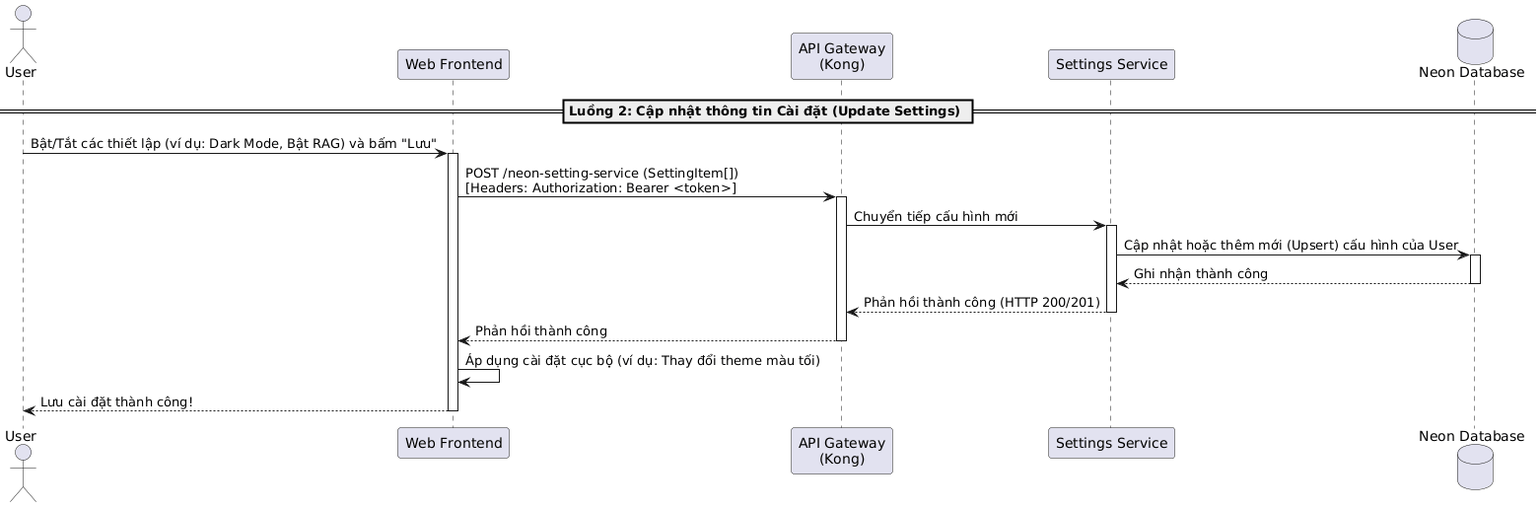
This is temp/05-sequence/UML-Sequence-16.png from 20206205Tech/docs-uml, a PlantUML export, as it was before one commit.
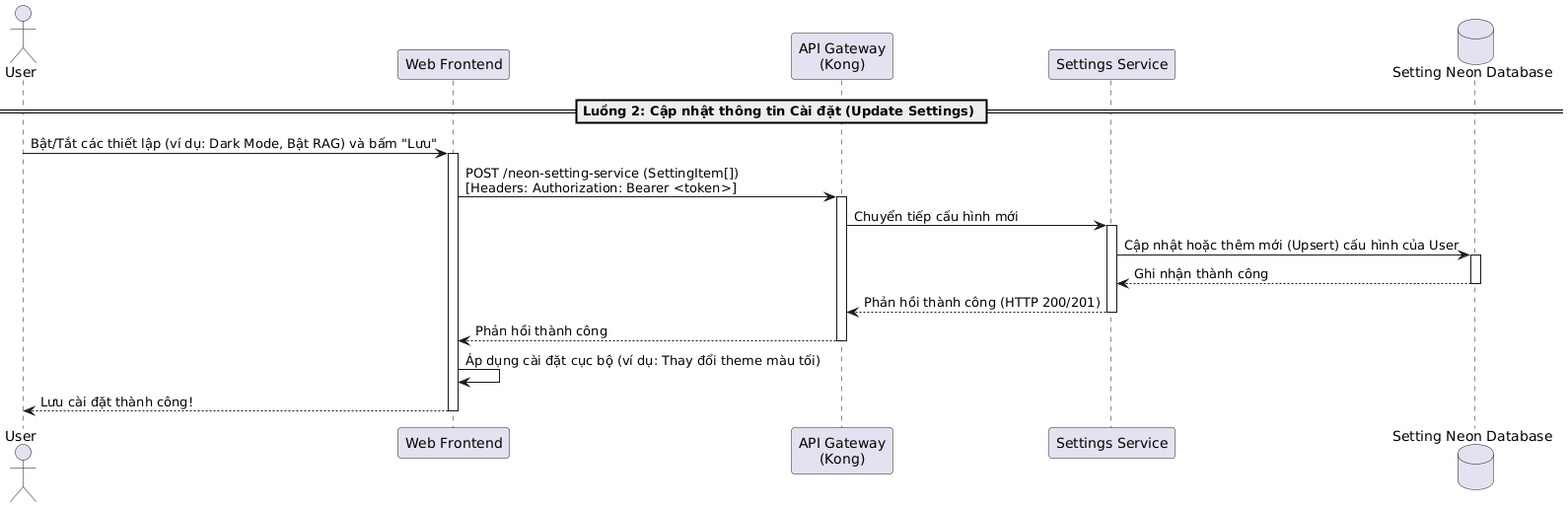
The same file after the commit.

Change to the diagram source:
```diff
@@ -3,7 +3,7 @@
 participant "Web Frontend" as Frontend
 participant "API Gateway\n(Kong)" as Kong
 participant "Settings Service" as SettingsService
-database "Neon Database" as DB
+database "Setting Neon Database" as DB
 
 == Luồng 2: Cập nhật thông tin Cài đặt (Update Settings) ==
 User -> Frontend: Bật/Tắt các thiết lập (ví dụ: Dark Mode, Bật RAG) và bấm "Lưu"
```
